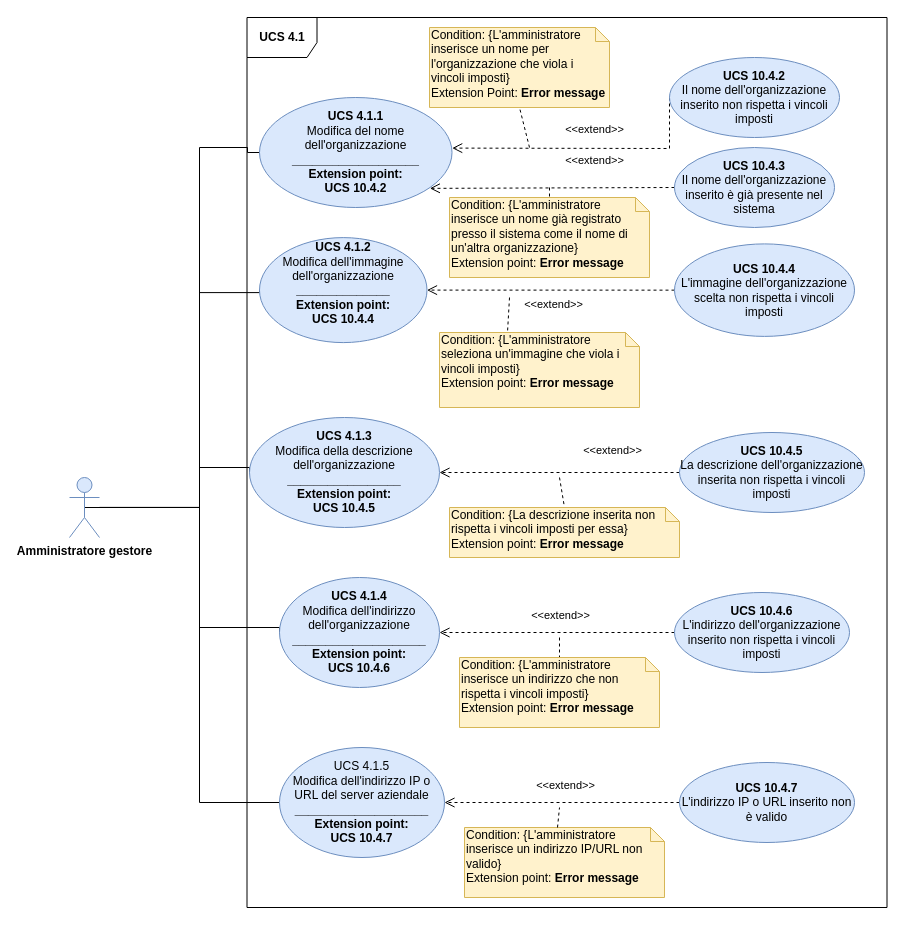
Earlier version of the draw.io diagram DocumentazioneEsterna/AnalisiDeiRequisiti/Sezioni/UseCase/draw.io/UC SERVER/4.1.drawio (qb-team/Stalker-Documentazione). Source tidied: cells renumbered, new cells numbered last; positions are measured from the earlier drawing's top-left corner, leaving out a move shared by most shapes. Both pictures are drawn from the tidied source at 100%, with x=0, y=0 at pixel (69, 17).
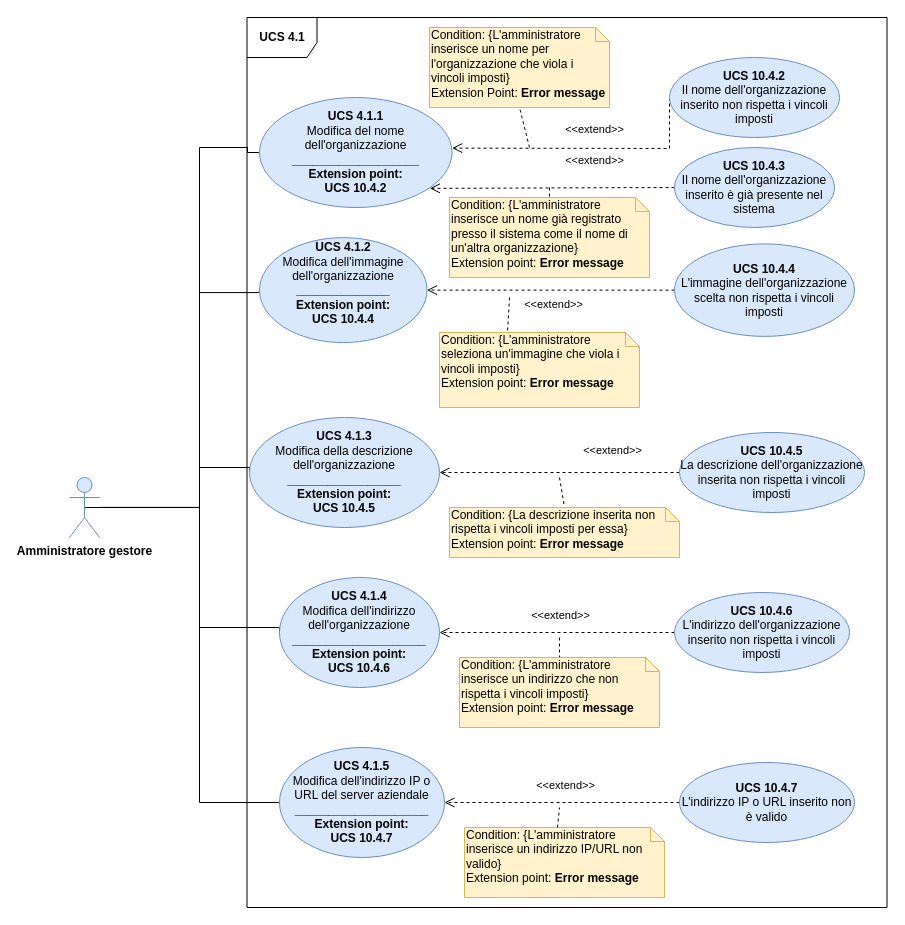
The same page after the edit.

Change to the diagram source:
```diff
@@
-    <mxCell id="33" value="UCS 4.1.5&lt;br&gt;Modifica dell'indirizzo IP o URL del server aziendale&lt;br&gt;&lt;b&gt;____________________&lt;/b&gt;&lt;br&gt;&lt;b&gt;Extension point:&lt;br&gt;UCS 10.4.7&lt;/b&gt;" style="ellipse;whiteSpace=wrap;html=1;fillColor=#dae8fc;strokeColor=#6c8ebf;" parent="1" vertex="1">
+    <mxCell id="33" value="&lt;b&gt;UCS 4.1.5&lt;/b&gt;&lt;br&gt;Modifica dell'indirizzo IP o URL del server aziendale&lt;br&gt;&lt;b&gt;____________________&lt;/b&gt;&lt;br&gt;&lt;b&gt;Extension point:&lt;br&gt;UCS 10.4.7&lt;/b&gt;" style="ellipse;whiteSpace=wrap;html=1;fillColor=#dae8fc;strokeColor=#6c8ebf;" parent="1" vertex="1">
       <mxGeometry x="210" y="730" width="165" height="110" as="geometry" />
     </mxCell>
```
